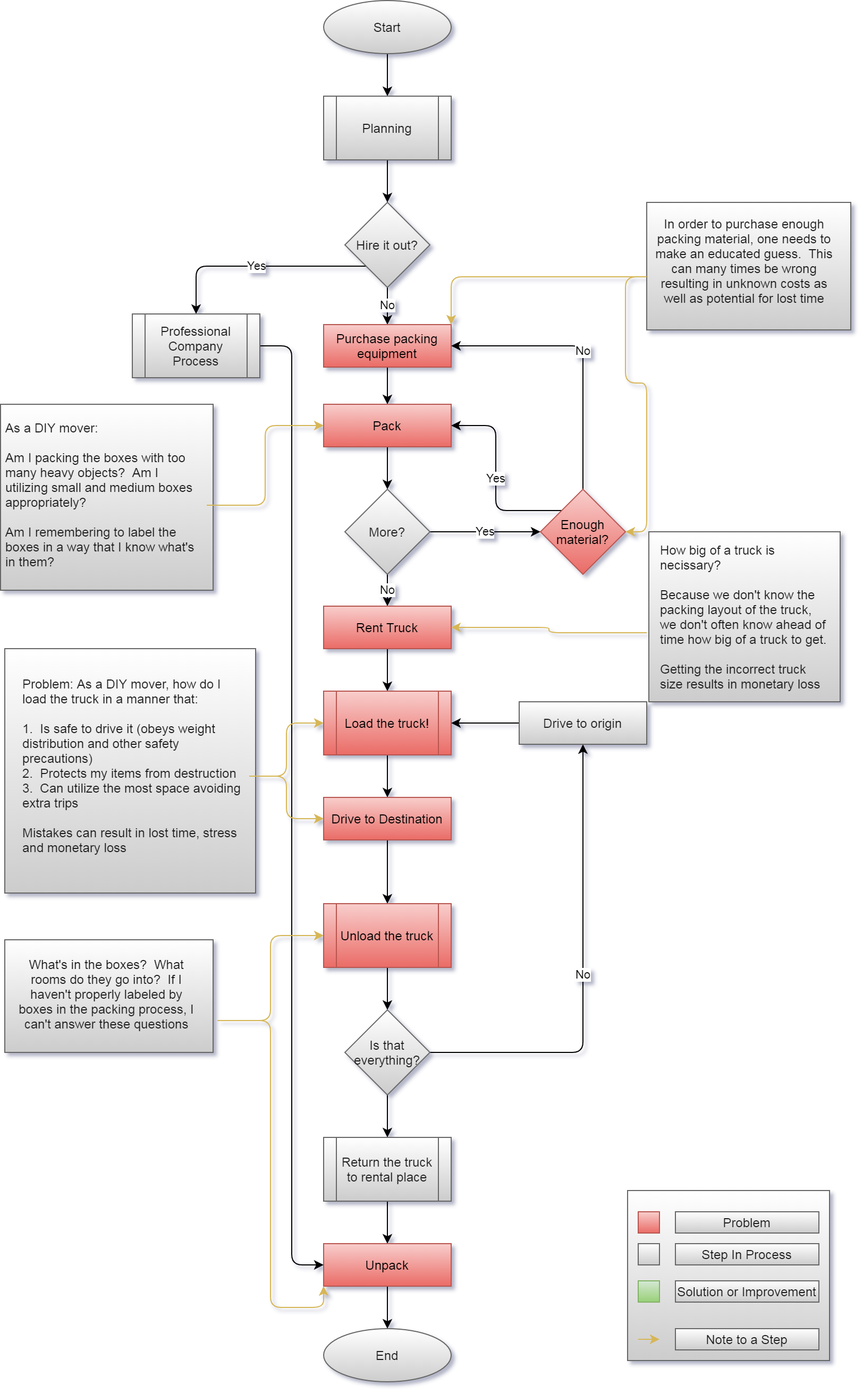
Before: Documents/flow_diagrams/Problem_Flow_Full.png, a diagram exported from draw.io (LP-76/load.in). Source tidied: cells renumbered, new cells last; positions are measured from the earlier drawing's top-left corner, leaving out a move shared by most shapes.
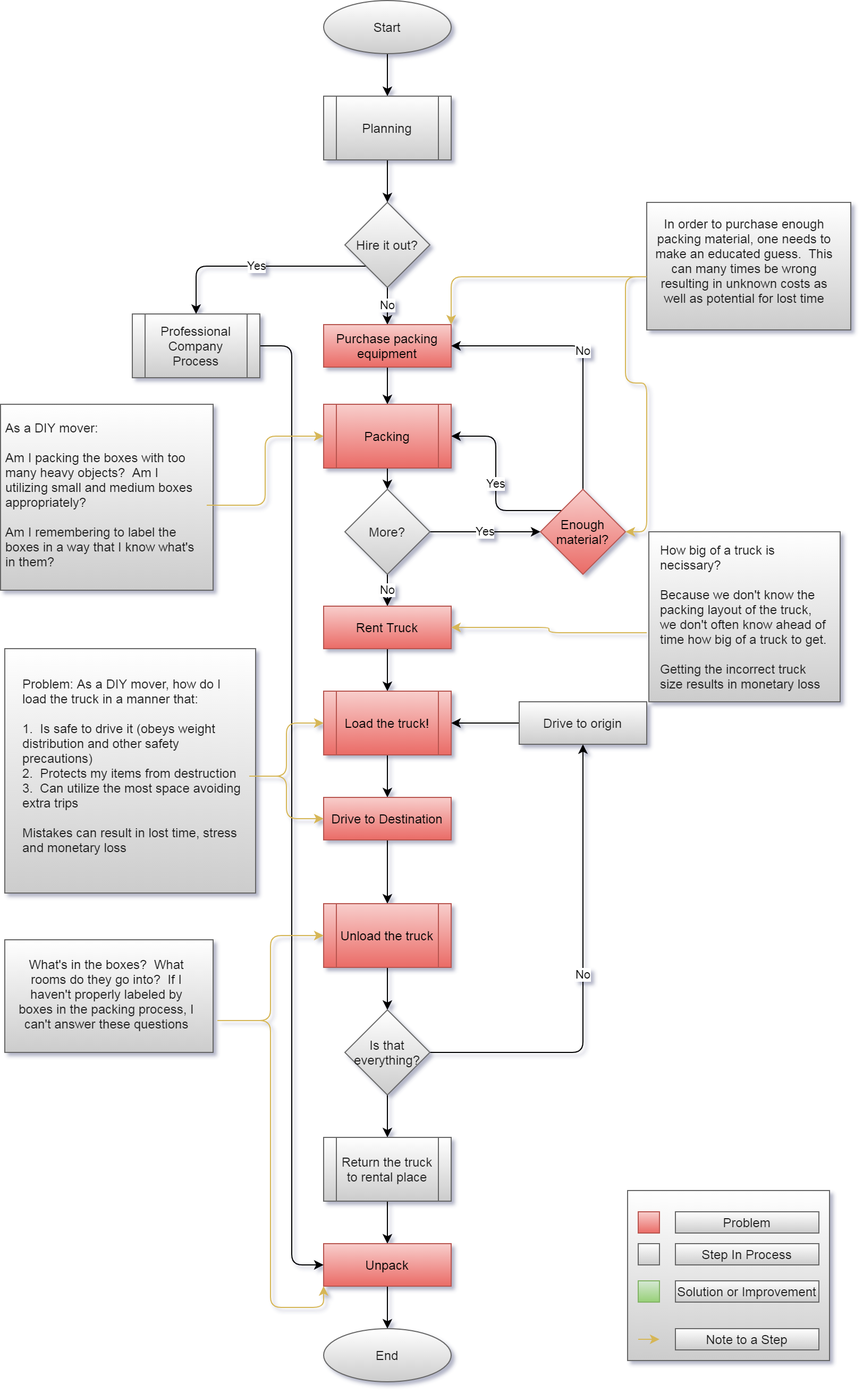
The same diagram one commit later.

What changed in the source:
```diff
@@ -32,18 +32,19 @@
     <mxCell id="11" value="Hire it out?" style="rhombus;whiteSpace=wrap;html=1;fillColor=#FFFFFF;gradientColor=#CCCCCC;strokeColor=#666666;fontColor=#1A1A1A;" parent="1" vertex="1">
       <mxGeometry x="324" y="190" width="80" height="80" as="geometry" />
     </mxCell>
-    <mxCell id="12" style="edgeStyle=orthogonalEdgeStyle;jettySize=auto;html=1;" parent="1" edge="1" source="13" target="15">
-      <mxGeometry relative="1" as="geometry" />
+    <mxCell id="12" style="edgeStyle=orthogonalEdgeStyle;jettySize=auto;html=1;" parent="1" edge="1" source="13">
+      <mxGeometry relative="1" as="geometry">
+        <mxPoint x="364" y="380" as="targetPoint" />
+      </mxGeometry>
     </mxCell>
     <mxCell id="13" value="Purchase packing equipment" style="whiteSpace=wrap;html=1;fontSize=12;glass=0;strokeWidth=1;shadow=0;fillColor=#f8cecc;gradientColor=#ea6b66;strokeColor=#b85450;" parent="1" vertex="1">
       <mxGeometry x="304" y="305" width="120" height="40" as="geometry" />
     </mxCell>
-    <mxCell id="14" style="edgeStyle=orthogonalEdgeStyle;jettySize=auto;html=1;" parent="1" edge="1" source="15" target="18">
-      <mxGeometry relative="1" as="geometry" />
+    <mxCell id="14" style="edgeStyle=orthogonalEdgeStyle;jettySize=auto;html=1;" parent="1" edge="1" target="18">
+      <mxGeometry relative="1" as="geometry">
+        <mxPoint x="364" y="420" as="sourcePoint" />
+      </mxGeometry>
     </mxCell>
-    <mxCell id="15" value="Pack" style="whiteSpace=wrap;html=1;fontSize=12;glass=0;strokeWidth=1;shadow=0;fillColor=#f8cecc;gradientColor=#ea6b66;strokeColor=#b85450;" parent="1" vertex="1">
-      <mxGeometry x="304" y="380" width="120" height="40" as="geometry" />
-    </mxCell>
     <mxCell id="16" value="Yes" style="edgeStyle=orthogonalEdgeStyle;jettySize=auto;html=1;" parent="1" edge="1" source="18" target="21">
       <mxGeometry relative="1" as="geometry" />
     </mxCell>
@@ -56,7 +57,7 @@
     <mxCell id="19" value="No" style="edgeStyle=orthogonalEdgeStyle;jettySize=auto;html=1;entryX=1;entryY=0.5;entryDx=0;entryDy=0;exitX=0.5;exitY=0;exitDx=0;exitDy=0;" parent="1" edge="1" source="21" target="13">
       <mxGeometry relative="1" as="geometry" />
     </mxCell>
-    <mxCell id="20" value="Yes" style="edgeStyle=orthogonalEdgeStyle;jettySize=auto;html=1;entryX=1;entryY=0.5;entryDx=0;entryDy=0;exitX=0;exitY=0;exitDx=0;exitDy=0;" parent="1" edge="1" source="21" target="15">
+    <mxCell id="20" value="Yes" style="edgeStyle=orthogonalEdgeStyle;jettySize=auto;html=1;entryX=1;entryY=0.5;entryDx=0;entryDy=0;exitX=0;exitY=0;exitDx=0;exitDy=0;" parent="1" edge="1" source="21" target="68">
       <mxGeometry relative="1" as="geometry" />
     </mxCell>
     <mxCell id="21" value="Enough material?" style="rhombus;whiteSpace=wrap;html=1;fillColor=#f8cecc;gradientColor=#ea6b66;strokeColor=#b85450;" parent="1" vertex="1">
@@ -160,7 +161,7 @@
         <mxPoint x="109" y="1020" as="targetPoint" />
       </mxGeometry>
     </mxCell>
-    <mxCell id="49" style="edgeStyle=orthogonalEdgeStyle;jettySize=auto;html=1;entryX=0;entryY=0.5;entryDx=0;entryDy=0;gradientColor=#ffd966;fillColor=#fff2cc;strokeColor=#d6b656;" parent="1" edge="1" target="15">
+    <mxCell id="49" style="edgeStyle=orthogonalEdgeStyle;jettySize=auto;html=1;entryX=0;entryY=0.5;entryDx=0;entryDy=0;gradientColor=#ffd966;fillColor=#fff2cc;strokeColor=#d6b656;" parent="1" edge="1" target="68">
       <mxGeometry relative="1" as="geometry">
         <mxPoint x="194" y="475" as="sourcePoint" />
       </mxGeometry>
@@ -222,5 +223,8 @@
     <mxCell id="67" value="&lt;span style=&quot;text-align: left&quot;&gt;What's in the boxes?&amp;nbsp; What rooms do they go into?&amp;nbsp; If I haven't properly labeled by boxes in the packing process, I can't answer these questions&lt;/span&gt;" style="text;html=1;strokeColor=none;fillColor=none;align=center;verticalAlign=middle;whiteSpace=wrap;rounded=0;fontColor=#1A1A1A;" parent="1" vertex="1">
       <mxGeometry x="10" y="890" width="180" height="90" as="geometry" />
     </mxCell>
+    <mxCell id="68" value="Packing" style="shape=process;whiteSpace=wrap;html=1;backgroundOutline=1;gradientColor=#ea6b66;fillColor=#f8cecc;strokeColor=#b85450;" parent="1" vertex="1">
+      <mxGeometry x="304" y="380" width="120" height="60" as="geometry" />
+    </mxCell>
   </root>
 </mxGraphModel>
```
